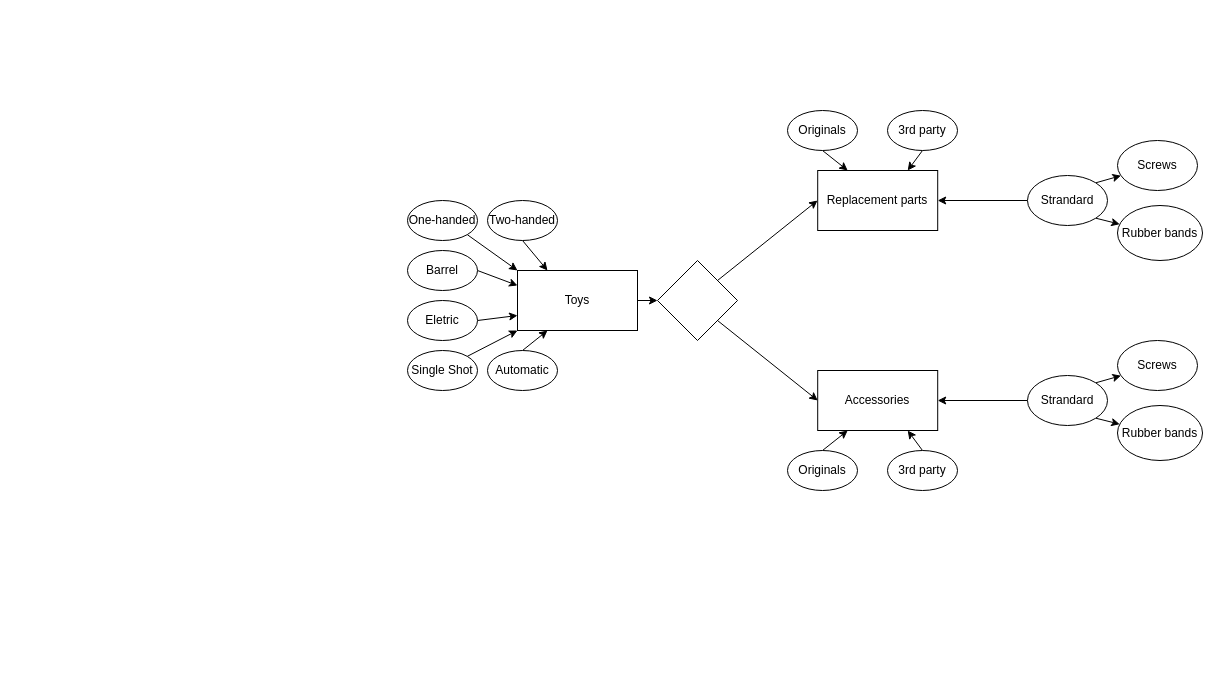
Above: Data Engineer/Main Studies/Module 6 - Database and Data Warehouse/D1/task2.drawio in m-c-v-k/Portfolio (draw.io), before the change. Source tidied: cells renumbered, new cells numbered last; positions are measured from the earlier drawing's top-left corner, leaving out a move shared by most shapes. Both pictures are drawn from the tidied source at 100%, with x=0, y=0 at pixel (407, 110).
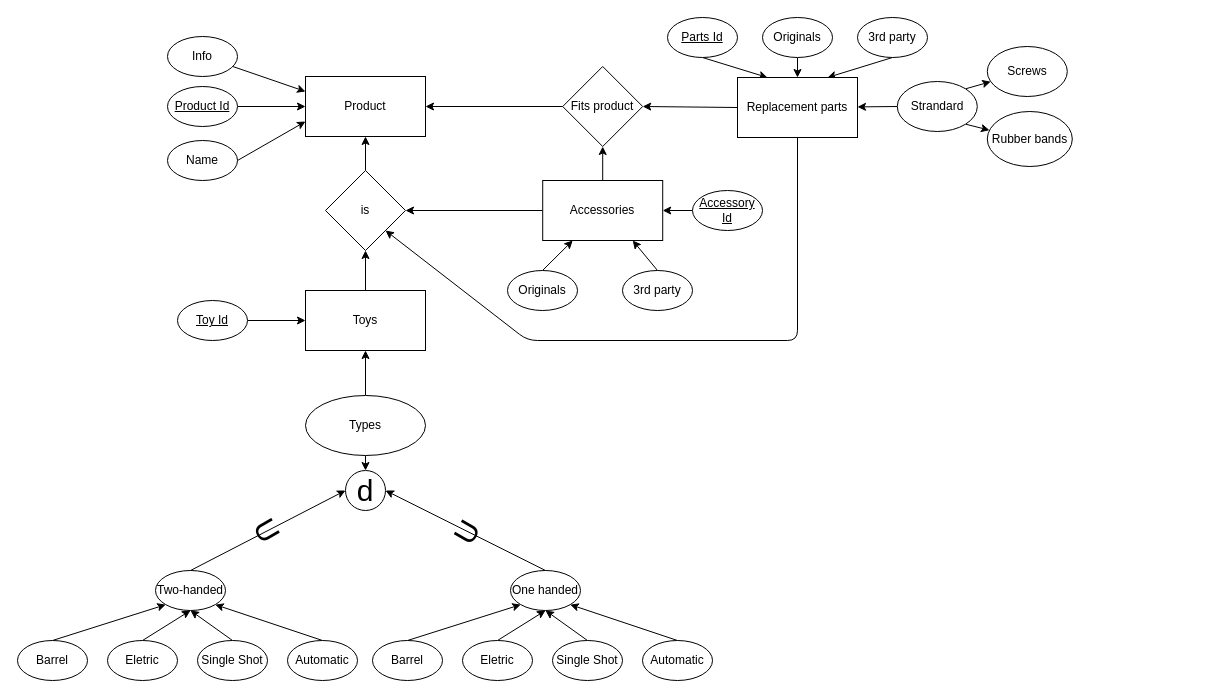
The same page after the edit.

The edit, as a diff of the source:
```diff
@@
-    <mxCell id="2" style="edgeStyle=none;html=1;exitX=1;exitY=0.5;exitDx=0;exitDy=0;entryX=0;entryY=0.5;entryDx=0;entryDy=0;" parent="1" edge="1" source="3" target="30">
-      <mxGeometry relative="1" as="geometry" />
-    </mxCell>
+    <mxCell id="41" style="edgeStyle=none;html=1;" parent="1" edge="1" source="3" target="69">
+      <mxGeometry relative="1" as="geometry" />
+    </mxCell>
     <mxCell id="3" value="Toys" style="rounded=0;whiteSpace=wrap;html=1;" parent="1" vertex="1">
-      <mxGeometry x="110" y="160" width="120" height="60" as="geometry" />
+      <mxGeometry x="-102" y="180" width="120" height="60" as="geometry" />
     </mxCell>
+    <mxCell id="42" style="edgeStyle=none;html=1;entryX=1;entryY=0.5;entryDx=0;entryDy=0;" parent="1" edge="1" source="4" target="69">
+      <mxGeometry relative="1" as="geometry" />
+    </mxCell>
     <mxCell id="4" value="Accessories" style="rounded=0;whiteSpace=wrap;html=1;" parent="1" vertex="1">
-      <mxGeometry x="410.2" y="260" width="120" height="60" as="geometry" />
+      <mxGeometry x="135.2" y="70" width="120" height="60" as="geometry" />
     </mxCell>
-    <mxCell id="5" value="Replacement parts" style="rounded=0;whiteSpace=wrap;html=1;" parent="1" vertex="1">
-      <mxGeometry x="410.2" y="60" width="120" height="60" as="geometry" />
-    </mxCell>
-    <mxCell id="6" style="edgeStyle=none;html=1;exitX=1;exitY=0;exitDx=0;exitDy=0;entryX=0;entryY=1;entryDx=0;entryDy=0;" parent="1" edge="1" source="7" target="3">
-      <mxGeometry relative="1" as="geometry" />
-    </mxCell>
-    <mxCell id="7" value="Single Shot" style="ellipse;whiteSpace=wrap;html=1;" parent="1" vertex="1">
-      <mxGeometry y="240" width="70" height="40" as="geometry" />
-    </mxCell>
-    <mxCell id="8" style="edgeStyle=none;html=1;exitX=1;exitY=0.5;exitDx=0;exitDy=0;entryX=0;entryY=0.25;entryDx=0;entryDy=0;" parent="1" edge="1" source="9" target="3">
-      <mxGeometry relative="1" as="geometry" />
-    </mxCell>
-    <mxCell id="9" value="Barrel" style="ellipse;whiteSpace=wrap;html=1;" parent="1" vertex="1">
-      <mxGeometry y="140" width="70" height="40" as="geometry" />
-    </mxCell>
+    <mxCell id="43" style="edgeStyle=none;html=1;exitX=0.5;exitY=0;exitDx=0;exitDy=0;entryX=0.5;entryY=1;entryDx=0;entryDy=0;" parent="1" edge="1" source="7" target="25">
+      <mxGeometry relative="1" as="geometry" />
+    </mxCell>
+    <mxCell id="44" style="edgeStyle=none;html=1;exitX=0.5;exitY=0;exitDx=0;exitDy=0;entryX=0;entryY=1;entryDx=0;entryDy=0;" parent="1" edge="1" source="9" target="25">
+      <mxGeometry relative="1" as="geometry" />
+    </mxCell>
-    <mxCell id="10" style="edgeStyle=none;html=1;exitX=0.5;exitY=1;exitDx=0;exitDy=0;entryX=0.25;entryY=0;entryDx=0;entryDy=0;" parent="1" edge="1" source="11" target="5">
+    <mxCell id="10" style="edgeStyle=none;html=1;exitX=0.5;exitY=1;exitDx=0;exitDy=0;entryX=0.5;entryY=0;entryDx=0;entryDy=0;" parent="1" edge="1" source="11" target="5">
       <mxGeometry relative="1" as="geometry" />
     </mxCell>
-    <mxCell id="11" value="Originals" style="ellipse;whiteSpace=wrap;html=1;" parent="1" vertex="1">
-      <mxGeometry x="380" width="70" height="40" as="geometry" />
-    </mxCell>
-    <mxCell id="12" style="edgeStyle=none;html=1;exitX=0.5;exitY=0;exitDx=0;exitDy=0;entryX=0.25;entryY=1;entryDx=0;entryDy=0;" parent="1" edge="1" source="13" target="3">
-      <mxGeometry relative="1" as="geometry" />
-    </mxCell>
-    <mxCell id="13" value="Automatic" style="ellipse;whiteSpace=wrap;html=1;" parent="1" vertex="1">
-      <mxGeometry x="80" y="240" width="70" height="40" as="geometry" />
-    </mxCell>
+    <mxCell id="45" style="edgeStyle=none;html=1;exitX=0.5;exitY=0;exitDx=0;exitDy=0;entryX=1;entryY=1;entryDx=0;entryDy=0;" parent="1" edge="1" source="13" target="25">
+      <mxGeometry relative="1" as="geometry" />
+    </mxCell>
@@
-    <mxCell id="15" value="3rd party" style="ellipse;whiteSpace=wrap;html=1;" parent="1" vertex="1">
-      <mxGeometry x="480" width="70" height="40" as="geometry" />
-    </mxCell>
-    <mxCell id="16" style="edgeStyle=none;html=1;exitX=0;exitY=0.5;exitDx=0;exitDy=0;entryX=1;entryY=0.5;entryDx=0;entryDy=0;" parent="1" edge="1" source="19" target="5">
+    <mxCell id="16" style="edgeStyle=none;html=1;exitX=0;exitY=0.5;exitDx=0;exitDy=0;" parent="1" edge="1" source="19" target="5">
       <mxGeometry relative="1" as="geometry" />
     </mxCell>
+    <mxCell id="46" style="edgeStyle=none;html=1;exitX=0.5;exitY=0;exitDx=0;exitDy=0;entryX=0.5;entryY=1;entryDx=0;entryDy=0;" parent="1" edge="1" source="21" target="25">
+      <mxGeometry relative="1" as="geometry" />
+    </mxCell>
+    <mxCell id="22" value="Screws" style="ellipse;whiteSpace=wrap;html=1;" parent="1" vertex="1">
+      <mxGeometry x="579.8" y="-64" width="80" height="50" as="geometry" />
+    </mxCell>
+    <mxCell id="23" value="Rubber bands" style="ellipse;whiteSpace=wrap;html=1;" parent="1" vertex="1">
+      <mxGeometry x="579.8" y="1" width="85" height="55" as="geometry" />
+    </mxCell>
+    <mxCell id="47" style="edgeStyle=none;html=1;" parent="1" edge="1" source="30" target="65">
+      <mxGeometry relative="1" as="geometry" />
+    </mxCell>
@@
     <mxCell id="19" value="Strandard" style="ellipse;whiteSpace=wrap;html=1;" parent="1" vertex="1">
-      <mxGeometry x="620" y="65" width="80" height="50" as="geometry" />
+      <mxGeometry x="489.8" y="-29" width="80" height="50" as="geometry" />
     </mxCell>
-    <mxCell id="20" style="edgeStyle=none;html=1;exitX=1;exitY=0.5;exitDx=0;exitDy=0;entryX=0;entryY=0.75;entryDx=0;entryDy=0;" parent="1" edge="1" source="21" target="3">
-      <mxGeometry relative="1" as="geometry" />
-    </mxCell>
+    <mxCell id="37" style="edgeStyle=none;html=1;exitX=0.5;exitY=0;exitDx=0;exitDy=0;entryX=0.25;entryY=1;entryDx=0;entryDy=0;" parent="1" edge="1" source="38" target="4">
+      <mxGeometry relative="1" as="geometry" />
+    </mxCell>
+    <mxCell id="11" value="Originals" style="ellipse;whiteSpace=wrap;html=1;" parent="1" vertex="1">
+      <mxGeometry x="355" y="-93" width="70" height="40" as="geometry" />
+    </mxCell>
+    <mxCell id="15" value="3rd party" style="ellipse;whiteSpace=wrap;html=1;" parent="1" vertex="1">
+      <mxGeometry x="450" y="-93" width="70" height="40" as="geometry" />
+    </mxCell>
+    <mxCell id="39" style="edgeStyle=none;html=1;exitX=0.5;exitY=0;exitDx=0;exitDy=0;entryX=0.75;entryY=1;entryDx=0;entryDy=0;" parent="1" edge="1" source="40" target="4">
+      <mxGeometry relative="1" as="geometry" />
+    </mxCell>
+    <mxCell id="48" style="edgeStyle=none;html=1;entryX=0.5;entryY=1;entryDx=0;entryDy=0;" parent="1" edge="1" source="51" target="3">
+      <mxGeometry relative="1" as="geometry" />
+    </mxCell>
+    <mxCell id="38" value="Originals" style="ellipse;whiteSpace=wrap;html=1;" parent="1" vertex="1">
+      <mxGeometry x="100" y="160" width="70" height="40" as="geometry" />
+    </mxCell>
+    <mxCell id="40" value="3rd party" style="ellipse;whiteSpace=wrap;html=1;" parent="1" vertex="1">
+      <mxGeometry x="215" y="160" width="70" height="40" as="geometry" />
+    </mxCell>
+    <mxCell id="49" style="edgeStyle=none;html=1;exitX=1;exitY=0.5;exitDx=0;exitDy=0;entryX=0;entryY=0.5;entryDx=0;entryDy=0;" parent="1" edge="1" source="53" target="3">
+      <mxGeometry relative="1" as="geometry" />
+    </mxCell>
+    <mxCell id="50" style="edgeStyle=none;html=1;exitX=0.5;exitY=1;exitDx=0;exitDy=0;entryX=0.5;entryY=0;entryDx=0;entryDy=0;fontSize=30;" parent="1" edge="1" source="51" target="82">
+      <mxGeometry relative="1" as="geometry" />
+    </mxCell>
+    <mxCell id="51" value="Types" style="ellipse;whiteSpace=wrap;html=1;" parent="1" vertex="1">
+      <mxGeometry x="-102" y="285" width="120" height="60" as="geometry" />
+    </mxCell>
+    <mxCell id="52" style="edgeStyle=none;html=1;exitX=0.5;exitY=0;exitDx=0;exitDy=0;entryX=0.5;entryY=1;entryDx=0;entryDy=0;" parent="1" edge="1" source="54" target="62">
+      <mxGeometry relative="1" as="geometry" />
+    </mxCell>
+    <mxCell id="53" value="&lt;u&gt;Toy Id&lt;/u&gt;" style="ellipse;whiteSpace=wrap;html=1;" parent="1" vertex="1">
+      <mxGeometry x="-230" y="190" width="70" height="40" as="geometry" />
+    </mxCell>
+    <mxCell id="25" value="Two-handed" style="ellipse;whiteSpace=wrap;html=1;" parent="1" vertex="1">
+      <mxGeometry x="-252" y="460" width="70" height="40" as="geometry" />
+    </mxCell>
+    <mxCell id="9" value="Barrel" style="ellipse;whiteSpace=wrap;html=1;" parent="1" vertex="1">
+      <mxGeometry x="-390" y="530" width="70" height="40" as="geometry" />
+    </mxCell>
     <mxCell id="21" value="Eletric" style="ellipse;whiteSpace=wrap;html=1;" parent="1" vertex="1">
-      <mxGeometry y="190" width="70" height="40" as="geometry" />
+      <mxGeometry x="-300" y="530" width="70" height="40" as="geometry" />
     </mxCell>
-    <mxCell id="22" value="Screws" style="ellipse;whiteSpace=wrap;html=1;" parent="1" vertex="1">
-      <mxGeometry x="710" y="30" width="80" height="50" as="geometry" />
-    </mxCell>
-    <mxCell id="23" value="Rubber bands" style="ellipse;whiteSpace=wrap;html=1;" parent="1" vertex="1">
-      <mxGeometry x="710" y="95" width="85" height="55" as="geometry" />
-    </mxCell>
-    <mxCell id="24" style="edgeStyle=none;html=1;exitX=0.5;exitY=1;exitDx=0;exitDy=0;entryX=0.25;entryY=0;entryDx=0;entryDy=0;" parent="1" edge="1" source="25" target="3">
-      <mxGeometry relative="1" as="geometry" />
-    </mxCell>
-    <mxCell id="25" value="Two-handed" style="ellipse;whiteSpace=wrap;html=1;" parent="1" vertex="1">
-      <mxGeometry x="80" y="90" width="70" height="40" as="geometry" />
-    </mxCell>
-    <mxCell id="26" style="edgeStyle=none;html=1;exitX=1;exitY=1;exitDx=0;exitDy=0;entryX=0;entryY=0;entryDx=0;entryDy=0;" parent="1" edge="1" source="27" target="3">
-      <mxGeometry relative="1" as="geometry" />
-    </mxCell>
-    <mxCell id="27" value="One-handed" style="ellipse;whiteSpace=wrap;html=1;" parent="1" vertex="1">
-      <mxGeometry y="90" width="70" height="40" as="geometry" />
-    </mxCell>
-    <mxCell id="28" style="edgeStyle=none;html=1;exitX=1;exitY=1;exitDx=0;exitDy=0;entryX=0;entryY=0.5;entryDx=0;entryDy=0;" parent="1" edge="1" source="30" target="4">
-      <mxGeometry relative="1" as="geometry" />
-    </mxCell>
-    <mxCell id="29" style="edgeStyle=none;html=1;exitX=1;exitY=0;exitDx=0;exitDy=0;" parent="1" edge="1" source="30">
-      <mxGeometry relative="1" as="geometry">
-        <mxPoint x="410" y="90" as="targetPoint" />
-      </mxGeometry>
-    </mxCell>
+    <mxCell id="7" value="Single Shot" style="ellipse;whiteSpace=wrap;html=1;" parent="1" vertex="1">
+      <mxGeometry x="-210" y="530" width="70" height="40" as="geometry" />
+    </mxCell>
+    <mxCell id="13" value="Automatic" style="ellipse;whiteSpace=wrap;html=1;" parent="1" vertex="1">
+      <mxGeometry x="-120" y="530" width="70" height="40" as="geometry" />
+    </mxCell>
+    <mxCell id="54" value="Single Shot" style="ellipse;whiteSpace=wrap;html=1;" parent="1" vertex="1">
+      <mxGeometry x="145" y="530" width="70" height="40" as="geometry" />
+    </mxCell>
+    <mxCell id="55" style="edgeStyle=none;html=1;exitX=0.5;exitY=0;exitDx=0;exitDy=0;entryX=0;entryY=1;entryDx=0;entryDy=0;" parent="1" edge="1" source="56" target="62">
+      <mxGeometry relative="1" as="geometry" />
+    </mxCell>
+    <mxCell id="56" value="Barrel" style="ellipse;whiteSpace=wrap;html=1;" parent="1" vertex="1">
+      <mxGeometry x="-35" y="530" width="70" height="40" as="geometry" />
+    </mxCell>
+    <mxCell id="57" style="edgeStyle=none;html=1;exitX=0.5;exitY=0;exitDx=0;exitDy=0;entryX=1;entryY=1;entryDx=0;entryDy=0;" parent="1" edge="1" source="58" target="62">
+      <mxGeometry relative="1" as="geometry" />
+    </mxCell>
+    <mxCell id="58" value="Automatic" style="ellipse;whiteSpace=wrap;html=1;" parent="1" vertex="1">
+      <mxGeometry x="235" y="530" width="70" height="40" as="geometry" />
+    </mxCell>
+    <mxCell id="59" style="edgeStyle=none;html=1;exitX=0.5;exitY=0;exitDx=0;exitDy=0;entryX=0.5;entryY=1;entryDx=0;entryDy=0;" parent="1" edge="1" source="60" target="62">
+      <mxGeometry relative="1" as="geometry" />
+    </mxCell>
+    <mxCell id="60" value="Eletric" style="ellipse;whiteSpace=wrap;html=1;" parent="1" vertex="1">
+      <mxGeometry x="55" y="530" width="70" height="40" as="geometry" />
+    </mxCell>
+    <mxCell id="61" style="edgeStyle=none;html=1;exitX=0.5;exitY=1;exitDx=0;exitDy=0;entryX=0.25;entryY=0;entryDx=0;entryDy=0;" parent="1" edge="1" source="64" target="5">
+      <mxGeometry relative="1" as="geometry" />
+    </mxCell>
+    <mxCell id="62" value="One handed" style="ellipse;whiteSpace=wrap;html=1;" parent="1" vertex="1">
+      <mxGeometry x="103" y="460" width="70" height="40" as="geometry" />
+    </mxCell>
+    <mxCell id="63" style="edgeStyle=none;html=1;exitX=0;exitY=0.5;exitDx=0;exitDy=0;entryX=1;entryY=0.5;entryDx=0;entryDy=0;" parent="1" edge="1" source="66" target="4">
+      <mxGeometry relative="1" as="geometry" />
+    </mxCell>
+    <mxCell id="64" value="&lt;u&gt;Parts Id&lt;/u&gt;" style="ellipse;whiteSpace=wrap;html=1;" parent="1" vertex="1">
+      <mxGeometry x="260" y="-93" width="70" height="40" as="geometry" />
+    </mxCell>
+    <mxCell id="65" value="Product" style="whiteSpace=wrap;html=1;" parent="1" vertex="1">
+      <mxGeometry x="-102" y="-34" width="120" height="60" as="geometry" />
+    </mxCell>
+    <mxCell id="66" value="&lt;u&gt;Accessory Id&lt;/u&gt;" style="ellipse;whiteSpace=wrap;html=1;" parent="1" vertex="1">
+      <mxGeometry x="285" y="80" width="70" height="40" as="geometry" />
+    </mxCell>
+    <mxCell id="67" style="edgeStyle=none;html=1;" parent="1" edge="1" source="69" target="65">
+      <mxGeometry relative="1" as="geometry" />
+    </mxCell>
+    <mxCell id="68" style="edgeStyle=none;html=1;exitX=1;exitY=0.5;exitDx=0;exitDy=0;entryX=0;entryY=0.25;entryDx=0;entryDy=0;" parent="1" edge="1" source="70">
+      <mxGeometry relative="1" as="geometry">
+        <mxPoint x="-102" y="-4" as="targetPoint" />
+      </mxGeometry>
+    </mxCell>
+    <mxCell id="69" value="is" style="rhombus;whiteSpace=wrap;html=1;" parent="1" vertex="1">
+      <mxGeometry x="-82" y="60" width="80" height="80" as="geometry" />
+    </mxCell>
+    <mxCell id="70" value="&lt;u&gt;Product Id&lt;/u&gt;" style="ellipse;whiteSpace=wrap;html=1;" parent="1" vertex="1">
+      <mxGeometry x="-240" y="-24" width="70" height="40" as="geometry" />
+    </mxCell>
+    <mxCell id="71" style="edgeStyle=none;html=1;exitX=1;exitY=0.5;exitDx=0;exitDy=0;entryX=0;entryY=0.75;entryDx=0;entryDy=0;" parent="1" edge="1" source="73" target="65">
+      <mxGeometry relative="1" as="geometry" />
+    </mxCell>
-    <mxCell id="30" style="rhombus;whiteSpace=wrap;html=1;" parent="1" vertex="1">
-      <mxGeometry x="250" y="150" width="80" height="80" as="geometry" />
+    <mxCell id="30" value="Fits product" style="rhombus;whiteSpace=wrap;html=1;" parent="1" vertex="1">
+      <mxGeometry x="155.2" y="-44" width="80" height="80" as="geometry" />
     </mxCell>
-    <mxCell id="31" style="edgeStyle=none;html=1;exitX=0;exitY=0.5;exitDx=0;exitDy=0;entryX=1;entryY=0.5;entryDx=0;entryDy=0;" parent="1" edge="1" source="34">
-      <mxGeometry relative="1" as="geometry">
-        <mxPoint x="530.2" y="290" as="targetPoint" />
-      </mxGeometry>
-    </mxCell>
-    <mxCell id="32" style="edgeStyle=none;html=1;exitX=1;exitY=0;exitDx=0;exitDy=0;" parent="1" edge="1" source="34" target="35">
-      <mxGeometry relative="1" as="geometry" />
-    </mxCell>
-    <mxCell id="33" style="edgeStyle=none;html=1;exitX=1;exitY=1;exitDx=0;exitDy=0;" parent="1" edge="1" source="34" target="36">
-      <mxGeometry relative="1" as="geometry" />
-    </mxCell>
-    <mxCell id="34" value="Strandard" style="ellipse;whiteSpace=wrap;html=1;" parent="1" vertex="1">
-      <mxGeometry x="620" y="265" width="80" height="50" as="geometry" />
-    </mxCell>
-    <mxCell id="35" value="Screws" style="ellipse;whiteSpace=wrap;html=1;" parent="1" vertex="1">
-      <mxGeometry x="710" y="230" width="80" height="50" as="geometry" />
-    </mxCell>
-    <mxCell id="36" value="Rubber bands" style="ellipse;whiteSpace=wrap;html=1;" parent="1" vertex="1">
-      <mxGeometry x="710" y="295" width="85" height="55" as="geometry" />
-    </mxCell>
-    <mxCell id="37" style="edgeStyle=none;html=1;exitX=0.5;exitY=0;exitDx=0;exitDy=0;entryX=0.25;entryY=1;entryDx=0;entryDy=0;" parent="1" edge="1" source="38" target="4">
-      <mxGeometry relative="1" as="geometry" />
-    </mxCell>
-    <mxCell id="38" value="Originals" style="ellipse;whiteSpace=wrap;html=1;" parent="1" vertex="1">
-      <mxGeometry x="380" y="340" width="70" height="40" as="geometry" />
-    </mxCell>
-    <mxCell id="39" style="edgeStyle=none;html=1;exitX=0.5;exitY=0;exitDx=0;exitDy=0;entryX=0.75;entryY=1;entryDx=0;entryDy=0;" parent="1" edge="1" source="40" target="4">
-      <mxGeometry relative="1" as="geometry" />
-    </mxCell>
-    <mxCell id="40" value="3rd party" style="ellipse;whiteSpace=wrap;html=1;" parent="1" vertex="1">
-      <mxGeometry x="480" y="340" width="70" height="40" as="geometry" />
-    </mxCell>
+    <mxCell id="72" style="edgeStyle=none;html=1;exitX=0.5;exitY=1;exitDx=0;exitDy=0;entryX=1;entryY=1;entryDx=0;entryDy=0;" parent="1" edge="1" source="5" target="69">
+      <mxGeometry relative="1" as="geometry">
+        <Array as="points">
+          <mxPoint x="390" y="230" />
+          <mxPoint x="120" y="230" />
+        </Array>
+      </mxGeometry>
+    </mxCell>
+    <mxCell id="73" value="Name" style="ellipse;whiteSpace=wrap;html=1;" parent="1" vertex="1">
+      <mxGeometry x="-240" y="30" width="70" height="40" as="geometry" />
+    </mxCell>
+    <mxCell id="74" style="edgeStyle=none;html=1;exitX=0;exitY=0.5;exitDx=0;exitDy=0;entryX=1;entryY=0.5;entryDx=0;entryDy=0;" parent="1" edge="1" source="5" target="30">
+      <mxGeometry relative="1" as="geometry" />
+    </mxCell>
+    <mxCell id="75" style="edgeStyle=none;html=1;" parent="1" edge="1" source="4" target="30">
+      <mxGeometry relative="1" as="geometry" />
+    </mxCell>
+    <mxCell id="5" value="Replacement parts" style="rounded=0;whiteSpace=wrap;html=1;" parent="1" vertex="1">
+      <mxGeometry x="330" y="-33" width="120" height="60" as="geometry" />
+    </mxCell>
+    <mxCell id="76" style="edgeStyle=none;html=1;entryX=0;entryY=0.25;entryDx=0;entryDy=0;" parent="1" edge="1" source="77" target="65">
+      <mxGeometry relative="1" as="geometry" />
+    </mxCell>
+    <mxCell id="77" value="Info" style="ellipse;whiteSpace=wrap;html=1;" parent="1" vertex="1">
+      <mxGeometry x="-240" y="-74" width="70" height="40" as="geometry" />
+    </mxCell>
+    <mxCell id="78" style="endArrow=classic;html=1;entryX=1;entryY=0.5;entryDx=0;entryDy=0;exitX=0.5;exitY=0;exitDx=0;exitDy=0;" parent="1" edge="1" source="62" target="82">
+      <mxGeometry relative="1" as="geometry" />
+    </mxCell>
+    <mxCell id="79" value="U" style="edgeLabel;html=1;align=center;verticalAlign=middle;rotation=-60;fontSize=30;labelBackgroundColor=none;" parent="78" vertex="1">
+      <mxGeometry relative="1" as="geometry">
+        <mxPoint y="2" as="offset" />
+      </mxGeometry>
+    </mxCell>
+    <mxCell id="80" style="endArrow=classic;html=1;entryX=0;entryY=0.5;entryDx=0;entryDy=0;exitX=0.5;exitY=0;exitDx=0;exitDy=0;" parent="1" edge="1" source="25" target="82">
+      <mxGeometry relative="1" as="geometry" />
+    </mxCell>
+    <mxCell id="81" value="U" style="edgeLabel;html=1;align=center;verticalAlign=middle;rotation=60;fontSize=30;labelBackgroundColor=none;" parent="80" vertex="1">
+      <mxGeometry relative="1" as="geometry">
+        <mxPoint y="-1" as="offset" />
+      </mxGeometry>
+    </mxCell>
+    <mxCell id="82" value="d" style="ellipse;whiteSpace=wrap;html=1;labelBackgroundColor=none;fontSize=30;" parent="1" vertex="1">
+      <mxGeometry x="-62" y="360" width="40" height="40" as="geometry" />
+    </mxCell>
```
